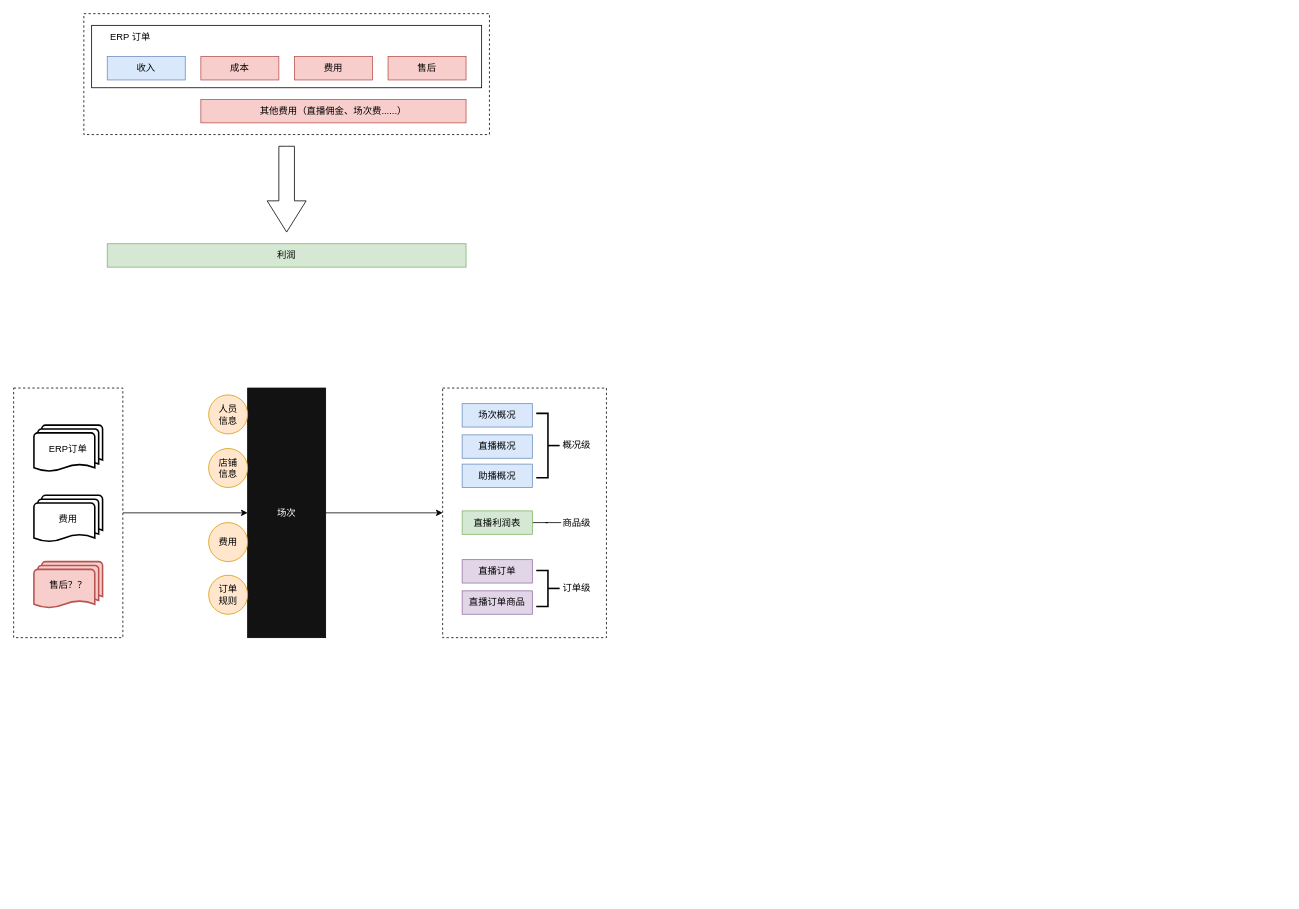
Before: pflive.drawio in Timothyliao/diagramsRepo, a draw.io diagram. Source tidied: cells renumbered, new cells numbered last; positions are measured from the earlier drawing's top-left corner, leaving out a move shared by most shapes. Both pictures are drawn from the tidied source at 78%, with x=0, y=0 at pixel (13, 13).
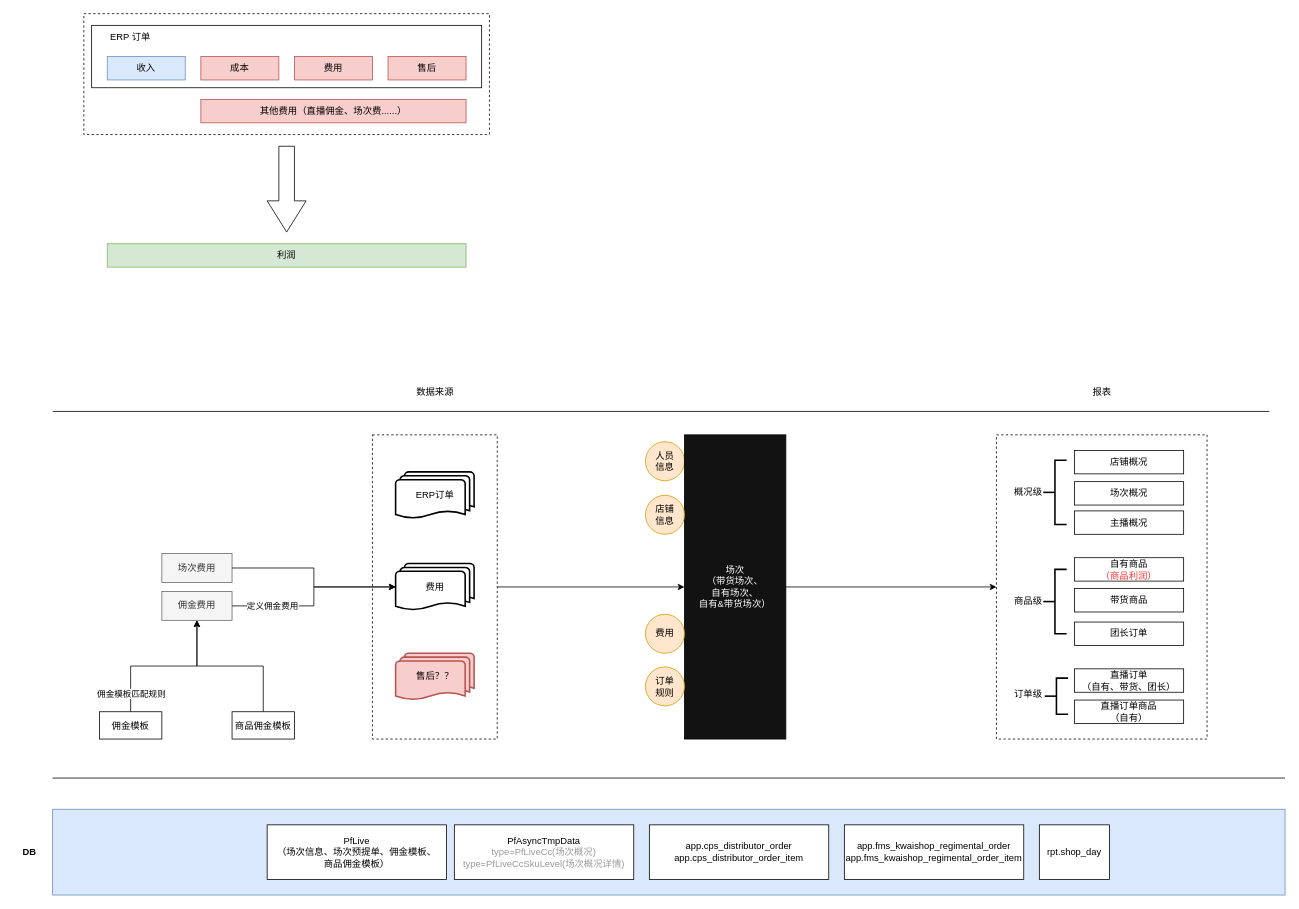
Above is the later version.

The edit, as a diff of the source:
```diff
@@
-    <mxCell id="2" style="rounded=0;whiteSpace=wrap;html=1;fillColor=none;dashed=1;" parent="1" vertex="1">
-      <mxGeometry y="480" width="140" height="320" as="geometry" />
-    </mxCell>
-    <mxCell id="3" style="rounded=0;whiteSpace=wrap;html=1;fillColor=none;dashed=1;" parent="1" vertex="1">
-      <mxGeometry x="550" y="480" width="210" height="320" as="geometry" />
-    </mxCell>
+    <mxCell id="36" style="group;" parent="1" vertex="1">
+      <mxGeometry x="810" y="540" width="180" height="390" as="geometry" />
+    </mxCell>
+    <mxCell id="32" value="人员&lt;br&gt;信息" style="ellipse;whiteSpace=wrap;html=1;fillColor=#ffe6cc;strokeColor=#d79b00;" parent="36" vertex="1">
+      <mxGeometry y="8.8" width="50" height="50" as="geometry" />
+    </mxCell>
+    <mxCell id="17" value="&lt;font color=&quot;#ffffff&quot;&gt;场次&lt;br&gt;（带货场次、&lt;br&gt;自有场次、&lt;br&gt;自有&amp;amp;带货场次）&lt;br&gt;&lt;/font&gt;" style="rounded=0;whiteSpace=wrap;html=1;fillColor=#121212;" parent="36" vertex="1">
+      <mxGeometry x="50" width="130" height="390" as="geometry" />
+    </mxCell>
+    <mxCell id="33" value="店铺&lt;br&gt;信息" style="ellipse;whiteSpace=wrap;html=1;fillColor=#ffe6cc;strokeColor=#d79b00;" parent="36" vertex="1">
+      <mxGeometry y="77.5" width="50" height="50" as="geometry" />
+    </mxCell>
+    <mxCell id="34" value="费用" style="ellipse;whiteSpace=wrap;html=1;fillColor=#ffe6cc;strokeColor=#d79b00;" parent="36" vertex="1">
+      <mxGeometry y="230" width="50" height="50" as="geometry" />
+    </mxCell>
+    <mxCell id="35" value="订单&lt;br&gt;规则" style="ellipse;whiteSpace=wrap;html=1;fillColor=#ffe6cc;strokeColor=#d79b00;" parent="36" vertex="1">
+      <mxGeometry y="297.5" width="50" height="50" as="geometry" />
+    </mxCell>
@@
-    <mxCell id="15" value="ERP订单" style="strokeWidth=2;html=1;shape=mxgraph.flowchart.multi-document;whiteSpace=wrap;" parent="1" vertex="1">
-      <mxGeometry x="26" y="527.5" width="88" height="60" as="geometry" />
-    </mxCell>
@@
-    <mxCell id="17" value="&lt;font color=&quot;#ffffff&quot;&gt;场次&lt;/font&gt;" style="rounded=0;whiteSpace=wrap;html=1;fillColor=#121212;" parent="1" vertex="1">
-      <mxGeometry x="300" y="480" width="100" height="320" as="geometry" />
-    </mxCell>
-    <mxCell id="18" value="费用" style="strokeWidth=2;html=1;shape=mxgraph.flowchart.multi-document;whiteSpace=wrap;" parent="1" vertex="1">
-      <mxGeometry x="26" y="617.5" width="88" height="60" as="geometry" />
-    </mxCell>
-    <mxCell id="19" value="售后？？" style="strokeWidth=2;html=1;shape=mxgraph.flowchart.multi-document;whiteSpace=wrap;fillColor=#f8cecc;strokeColor=#b85450;" parent="1" vertex="1">
-      <mxGeometry x="26" y="702.5" width="88" height="60" as="geometry" />
-    </mxCell>
+    <mxCell id="37" value="佣金费用" style="rounded=0;whiteSpace=wrap;html=1;fillColor=#f5f5f5;fontColor=#333333;strokeColor=#666666;" parent="1" vertex="1">
+      <mxGeometry x="190" y="740.8" width="90" height="37" as="geometry" />
+    </mxCell>
+    <mxCell id="38" style="edgeStyle=orthogonalEdgeStyle;rounded=0;jettySize=auto;html=1;" parent="1" edge="1" source="40" target="37">
+      <mxGeometry relative="1" as="geometry" />
+    </mxCell>
+    <mxCell id="39" value="佣金模板匹配规则" style="edgeLabel;html=1;align=center;verticalAlign=middle;" parent="38" vertex="1">
+      <mxGeometry x="-0.61" y="4" relative="1" as="geometry">
+        <mxPoint x="4" y="15" as="offset" />
+      </mxGeometry>
+    </mxCell>
+    <mxCell id="40" value="佣金模板" style="rounded=0;whiteSpace=wrap;html=1;" parent="1" vertex="1">
+      <mxGeometry x="110" y="895" width="80" height="35" as="geometry" />
+    </mxCell>
+    <mxCell id="41" style="edgeStyle=orthogonalEdgeStyle;rounded=0;jettySize=auto;html=1;" parent="1" edge="1" source="42" target="37">
+      <mxGeometry relative="1" as="geometry" />
+    </mxCell>
+    <mxCell id="42" value="商品佣金模板" style="rounded=0;whiteSpace=wrap;html=1;" parent="1" vertex="1">
+      <mxGeometry x="280" y="895" width="80" height="35" as="geometry" />
+    </mxCell>
+    <mxCell id="43" value="场次费用" style="rounded=0;whiteSpace=wrap;html=1;fillColor=#f5f5f5;fontColor=#333333;strokeColor=#666666;" parent="1" vertex="1">
+      <mxGeometry x="190" y="692.2" width="90" height="37" as="geometry" />
+    </mxCell>
+    <mxCell id="44" style="edgeStyle=orthogonalEdgeStyle;rounded=0;jettySize=auto;html=1;entryX=0;entryY=0.5;entryDx=0;entryDy=0;entryPerimeter=0;" parent="1" edge="1" source="37" target="18">
+      <mxGeometry relative="1" as="geometry" />
+    </mxCell>
+    <mxCell id="45" value="定义佣金费用" style="edgeLabel;html=1;align=center;verticalAlign=middle;" parent="44" vertex="1">
+      <mxGeometry x="-0.72" y="1" relative="1" as="geometry">
+        <mxPoint x="18" y="1" as="offset" />
+      </mxGeometry>
+    </mxCell>
+    <mxCell id="46" style="edgeStyle=orthogonalEdgeStyle;rounded=0;jettySize=auto;html=1;entryX=0;entryY=0.5;entryDx=0;entryDy=0;entryPerimeter=0;" parent="1" edge="1" source="43" target="18">
+      <mxGeometry relative="1" as="geometry" />
+    </mxCell>
+    <mxCell id="47" style="rounded=0;whiteSpace=wrap;html=1;fillColor=#dae8fc;strokeColor=#6c8ebf;" parent="1" vertex="1">
+      <mxGeometry x="50" y="1020" width="1580" height="110" as="geometry" />
+    </mxCell>
+    <mxCell id="48" value="PfLive&lt;br&gt;（场次信息、场次预提单、佣金模板、&lt;br&gt;商品佣金模板）" style="rounded=0;whiteSpace=wrap;html=1;" parent="1" vertex="1">
+      <mxGeometry x="325" y="1040" width="230" height="70" as="geometry" />
+    </mxCell>
+    <mxCell id="49" value="rpt.shop_day" style="rounded=0;whiteSpace=wrap;html=1;" parent="1" vertex="1">
+      <mxGeometry x="1315" y="1040" width="90" height="70" as="geometry" />
+    </mxCell>
+    <mxCell id="50" value="PfAsyncTmpData&lt;br style=&quot;border-color: var(--border-color);&quot;&gt;&lt;font color=&quot;#999999&quot;&gt;type=PfLiveCc(场次概况)&lt;br style=&quot;border-color: var(--border-color);&quot;&gt;type=PfLiveCcSkuLevel(场次概况详情)&lt;/font&gt;" style="rounded=0;whiteSpace=wrap;html=1;" parent="1" vertex="1">
+      <mxGeometry x="565" y="1040" width="230" height="70" as="geometry" />
+    </mxCell>
+    <mxCell id="51" value="app.cps_distributor_order&lt;br&gt;app.cps_distributor_order_item" style="rounded=0;whiteSpace=wrap;html=1;" parent="1" vertex="1">
+      <mxGeometry x="815" y="1040" width="230" height="70" as="geometry" />
+    </mxCell>
+    <mxCell id="52" value="app.fms_kwaishop_regimental_order&lt;br&gt;app.fms_kwaishop_regimental_order_item" style="rounded=0;whiteSpace=wrap;html=1;" parent="1" vertex="1">
+      <mxGeometry x="1065" y="1040" width="230" height="70" as="geometry" />
+    </mxCell>
+    <mxCell id="53" style="group;" parent="1" vertex="1">
+      <mxGeometry x="1260" y="540" width="270" height="390" as="geometry" />
+    </mxCell>
+    <mxCell id="3" style="rounded=0;whiteSpace=wrap;html=1;fillColor=none;dashed=1;" parent="53" vertex="1">
+      <mxGeometry width="270" height="390" as="geometry" />
+    </mxCell>
-    <mxCell id="20" value="场次概况" style="rounded=0;whiteSpace=wrap;html=1;fillColor=#dae8fc;strokeColor=#6c8ebf;" parent="1" vertex="1">
-      <mxGeometry x="575" y="500" width="90" height="30" as="geometry" />
+    <mxCell id="20" value="店铺概况" style="rounded=0;whiteSpace=wrap;html=1;" parent="53" vertex="1">
+      <mxGeometry x="100" y="20" width="140" height="30" as="geometry" />
     </mxCell>
-    <mxCell id="21" value="直播概况" style="rounded=0;whiteSpace=wrap;html=1;fillColor=#dae8fc;strokeColor=#6c8ebf;" parent="1" vertex="1">
-      <mxGeometry x="575" y="540" width="90" height="30" as="geometry" />
+    <mxCell id="21" value="场次概况" style="rounded=0;whiteSpace=wrap;html=1;" parent="53" vertex="1">
+      <mxGeometry x="100" y="60" width="140" height="30" as="geometry" />
     </mxCell>
-    <mxCell id="22" value="助播概况" style="rounded=0;whiteSpace=wrap;html=1;fillColor=#dae8fc;strokeColor=#6c8ebf;" parent="1" vertex="1">
-      <mxGeometry x="575" y="577.5" width="90" height="30" as="geometry" />
+    <mxCell id="22" value="主播概况" style="rounded=0;whiteSpace=wrap;html=1;" parent="53" vertex="1">
+      <mxGeometry x="100" y="97.5" width="140" height="30" as="geometry" />
     </mxCell>
-    <mxCell id="23" style="edgeStyle=orthogonalEdgeStyle;rounded=0;jettySize=auto;html=1;endArrow=none;endFill=0;" parent="1" edge="1" source="24" target="29">
-      <mxGeometry relative="1" as="geometry" />
-    </mxCell>
-    <mxCell id="24" value="直播利润表" style="rounded=0;whiteSpace=wrap;html=1;fillColor=#d5e8d4;strokeColor=#82b366;" parent="1" vertex="1">
-      <mxGeometry x="575" y="637.5" width="90" height="30" as="geometry" />
+    <mxCell id="24" value="自有商品&lt;br&gt;&lt;font color=&quot;#ff3333&quot;&gt;（商品利润）&lt;/font&gt;" style="rounded=0;whiteSpace=wrap;html=1;" parent="53" vertex="1">
+      <mxGeometry x="100" y="157.5" width="140" height="30" as="geometry" />
     </mxCell>
-    <mxCell id="25" value="直播订单" style="rounded=0;whiteSpace=wrap;html=1;fillColor=#e1d5e7;strokeColor=#9673a6;" parent="1" vertex="1">
-      <mxGeometry x="575" y="700" width="90" height="30" as="geometry" />
+    <mxCell id="25" value="直播订单&lt;br&gt;（自有、带货、团长）" style="rounded=0;whiteSpace=wrap;html=1;" parent="53" vertex="1">
+      <mxGeometry x="100" y="300" width="140" height="30" as="geometry" />
     </mxCell>
-    <mxCell id="26" value="直播订单商品" style="rounded=0;whiteSpace=wrap;html=1;fillColor=#e1d5e7;strokeColor=#9673a6;" parent="1" vertex="1">
-      <mxGeometry x="575" y="740" width="90" height="30" as="geometry" />
+    <mxCell id="26" value="直播订单商品&lt;br&gt;（自有）" style="rounded=0;whiteSpace=wrap;html=1;" parent="53" vertex="1">
+      <mxGeometry x="100" y="340" width="140" height="30" as="geometry" />
     </mxCell>
-    <mxCell id="27" value="概况级" style="text;html=1;align=left;verticalAlign=middle;strokeColor=none;fillColor=none;" parent="1" vertex="1">
-      <mxGeometry x="702" y="538.8" width="60" height="30" as="geometry" />
+    <mxCell id="27" value="概况级" style="text;html=1;align=right;verticalAlign=middle;strokeColor=none;fillColor=none;" parent="53" vertex="1">
+      <mxGeometry y="58.8" width="60" height="30" as="geometry" />
     </mxCell>
-    <mxCell id="28" style="strokeWidth=2;html=1;shape=mxgraph.flowchart.annotation_2;align=left;labelPosition=right;rotation=-180;" parent="1" vertex="1">
-      <mxGeometry x="670" y="512.5" width="30" height="82.5" as="geometry" />
+    <mxCell id="28" style="strokeWidth=2;html=1;shape=mxgraph.flowchart.annotation_2;align=left;labelPosition=right;rotation=0;" parent="53" vertex="1">
+      <mxGeometry x="60" y="32.5" width="30" height="82.5" as="geometry" />
     </mxCell>
-    <mxCell id="29" value="商品级" style="text;html=1;align=left;verticalAlign=middle;points=[];strokeColor=none;fillColor=none;" parent="1" vertex="1">
-      <mxGeometry x="702" y="637.5" width="60" height="30" as="geometry" />
+    <mxCell id="29" value="商品级" style="text;html=1;align=right;verticalAlign=middle;points=[];strokeColor=none;fillColor=none;" parent="53" vertex="1">
+      <mxGeometry y="198.5" width="60" height="30" as="geometry" />
     </mxCell>
-    <mxCell id="30" value="订单级" style="text;html=1;align=left;verticalAlign=middle;strokeColor=none;fillColor=none;" parent="1" vertex="1">
-      <mxGeometry x="702" y="721.5" width="60" height="30" as="geometry" />
+    <mxCell id="30" value="订单级" style="text;html=1;align=right;verticalAlign=middle;strokeColor=none;fillColor=none;" parent="53" vertex="1">
+      <mxGeometry y="317.5" width="60" height="30" as="geometry" />
     </mxCell>
-    <mxCell id="31" style="strokeWidth=2;html=1;shape=mxgraph.flowchart.annotation_2;align=left;labelPosition=right;rotation=-180;" parent="1" vertex="1">
-      <mxGeometry x="670" y="713.8" width="30" height="46.2" as="geometry" />
+    <mxCell id="31" style="strokeWidth=2;html=1;shape=mxgraph.flowchart.annotation_2;align=left;labelPosition=right;rotation=-90;direction=south;" parent="53" vertex="1">
+      <mxGeometry x="53.8" y="320" width="46.2" height="30" as="geometry" />
     </mxCell>
-    <mxCell id="32" value="人员&lt;br&gt;信息" style="ellipse;whiteSpace=wrap;html=1;fillColor=#ffe6cc;strokeColor=#d79b00;" parent="1" vertex="1">
-      <mxGeometry x="250" y="488.8" width="50" height="50" as="geometry" />
-    </mxCell>
-    <mxCell id="33" value="店铺&lt;br&gt;信息" style="ellipse;whiteSpace=wrap;html=1;fillColor=#ffe6cc;strokeColor=#d79b00;" parent="1" vertex="1">
-      <mxGeometry x="250" y="557.5" width="50" height="50" as="geometry" />
-    </mxCell>
-    <mxCell id="34" value="费用" style="ellipse;whiteSpace=wrap;html=1;fillColor=#ffe6cc;strokeColor=#d79b00;" parent="1" vertex="1">
-      <mxGeometry x="250" y="652.5" width="50" height="50" as="geometry" />
-    </mxCell>
-    <mxCell id="35" value="订单&lt;br&gt;规则" style="ellipse;whiteSpace=wrap;html=1;fillColor=#ffe6cc;strokeColor=#d79b00;" parent="1" vertex="1">
-      <mxGeometry x="250" y="720" width="50" height="50" as="geometry" />
-    </mxCell>
+    <mxCell id="54" value="带货商品" style="rounded=0;whiteSpace=wrap;html=1;" parent="53" vertex="1">
+      <mxGeometry x="100" y="197.1" width="140" height="30" as="geometry" />
+    </mxCell>
+    <mxCell id="55" value="团长订单" style="rounded=0;whiteSpace=wrap;html=1;" parent="53" vertex="1">
+      <mxGeometry x="100" y="240" width="140" height="30" as="geometry" />
+    </mxCell>
+    <mxCell id="56" style="strokeWidth=2;html=1;shape=mxgraph.flowchart.annotation_2;align=left;labelPosition=right;rotation=0;" parent="53" vertex="1">
+      <mxGeometry x="60" y="172.5" width="30" height="82.5" as="geometry" />
+    </mxCell>
+    <mxCell id="57" style="group;" parent="1" vertex="1">
+      <mxGeometry x="460" y="540" width="160" height="390" as="geometry" />
+    </mxCell>
+    <mxCell id="2" style="rounded=0;whiteSpace=wrap;html=1;fillColor=none;dashed=1;" parent="57" vertex="1">
+      <mxGeometry width="160" height="390" as="geometry" />
+    </mxCell>
+    <mxCell id="15" value="ERP订单" style="strokeWidth=2;html=1;shape=mxgraph.flowchart.multi-document;whiteSpace=wrap;" parent="57" vertex="1">
+      <mxGeometry x="29.7" y="47.5" width="100.6" height="60" as="geometry" />
+    </mxCell>
+    <mxCell id="18" value="费用" style="strokeWidth=2;html=1;shape=mxgraph.flowchart.multi-document;whiteSpace=wrap;" parent="57" vertex="1">
+      <mxGeometry x="29.7" y="165" width="100.6" height="60" as="geometry" />
+    </mxCell>
+    <mxCell id="19" value="售后？？" style="strokeWidth=2;html=1;shape=mxgraph.flowchart.multi-document;whiteSpace=wrap;fillColor=#f8cecc;strokeColor=#b85450;" parent="57" vertex="1">
+      <mxGeometry x="29.7" y="280" width="100.6" height="60" as="geometry" />
+    </mxCell>
+    <mxCell id="58" value="&lt;b&gt;DB&lt;/b&gt;" style="text;html=1;align=center;verticalAlign=middle;strokeColor=none;fillColor=none;" parent="1" vertex="1">
+      <mxGeometry y="1060" width="40" height="30" as="geometry" />
+    </mxCell>
+    <mxCell id="59" value="数据来源" style="text;html=1;align=center;verticalAlign=middle;strokeColor=none;fillColor=none;" parent="1" vertex="1">
+      <mxGeometry x="505" y="470" width="70" height="30" as="geometry" />
+    </mxCell>
+    <mxCell id="60" value="报表" style="text;html=1;align=center;verticalAlign=middle;strokeColor=none;fillColor=none;" parent="1" vertex="1">
+      <mxGeometry x="1370" y="470" width="50" height="30" as="geometry" />
+    </mxCell>
+    <mxCell id="61" style="endArrow=none;html=1;rounded=0;" parent="1" edge="1">
+      <mxGeometry relative="1" as="geometry">
+        <mxPoint x="50" y="510" as="sourcePoint" />
+        <mxPoint x="1610" y="510" as="targetPoint" />
+      </mxGeometry>
+    </mxCell>
+    <mxCell id="62" style="endArrow=none;html=1;rounded=0;" parent="1" edge="1">
+      <mxGeometry relative="1" as="geometry">
+        <mxPoint x="50" y="980" as="sourcePoint" />
+        <mxPoint x="1630" y="980" as="targetPoint" />
+      </mxGeometry>
+    </mxCell>
```
